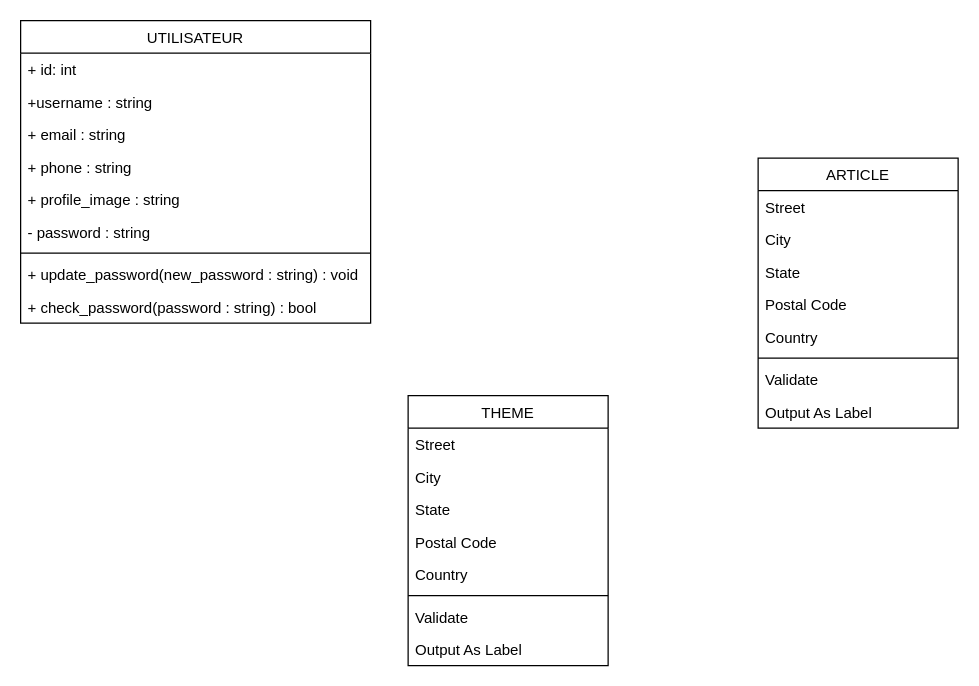
Above: Horizon_Tech.drawio in regisx001/UML (draw.io), before the change. Source tidied: cells renumbered, new cells numbered last; positions are measured from the earlier drawing's top-left corner, leaving out a move shared by most shapes. Both pictures are drawn from the tidied source at 125%, with x=0, y=0 at pixel (20, 20).
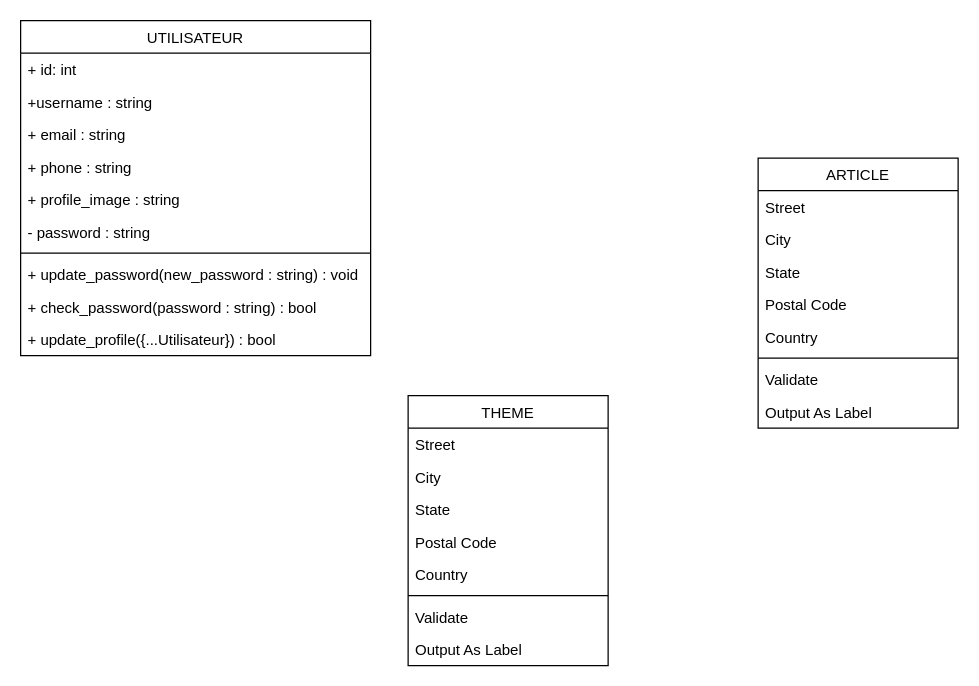
The same diagram, later.

Change to the diagram source:
```diff
@@
     <mxCell id="2" value="UTILISATEUR" style="swimlane;fontStyle=0;align=center;verticalAlign=top;horizontal=1;startSize=26;rounded=0;shadow=0;strokeWidth=1;" parent="1" vertex="1">
-      <mxGeometry width="280" height="242" as="geometry" />
+      <mxGeometry width="280" height="268" as="geometry" />
     </mxCell>
@@
+    <mxCell id="30" value="+ update_profile({...Utilisateur}) : bool" style="text;align=left;verticalAlign=top;spacingLeft=4;spacingRight=4;overflow=hidden;rounded=0;shadow=0;html=0;" parent="2" vertex="1">
+      <mxGeometry y="242" width="280" height="26" as="geometry" />
+    </mxCell>
```
